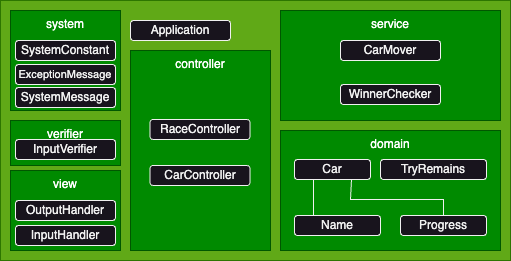
This is docs/images/다이어그램.png from woowacourse-precourse/java-racingcar-6, a draw.io export, as it was before one commit. Source tidied: cells renumbered, new cells last; positions are measured from the earlier drawing's top-left corner, leaving out a move shared by most shapes.
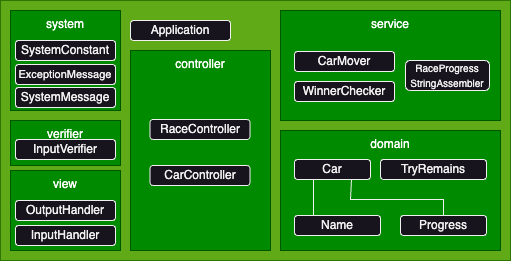
The same diagram one commit later.

Diff of the diagram source:
```diff
@@ -63,7 +63,7 @@
       <mxGeometry x="149.5" y="119" width="100" height="20" as="geometry" />
     </mxCell>
     <mxCell id="20" value="CarMover" style="rounded=1;whiteSpace=wrap;html=1;" parent="1" vertex="1">
-      <mxGeometry x="340" y="40" width="100" height="20" as="geometry" />
+      <mxGeometry x="294" y="51" width="100" height="20" as="geometry" />
     </mxCell>
     <mxCell id="21" value="Application" style="rounded=1;whiteSpace=wrap;html=1;" parent="1" vertex="1">
       <mxGeometry x="130" y="20" width="100" height="20" as="geometry" />
@@ -72,7 +72,7 @@
       <mxGeometry x="149.5" y="165" width="100" height="20" as="geometry" />
     </mxCell>
     <mxCell id="23" value="WinnerChecker" style="rounded=1;whiteSpace=wrap;html=1;" parent="1" vertex="1">
-      <mxGeometry x="340" y="84" width="100" height="20" as="geometry" />
+      <mxGeometry x="294" y="81" width="100" height="20" as="geometry" />
     </mxCell>
     <mxCell id="24" value="&lt;font style=&quot;font-size: 12px;&quot;&gt;SystemMessage&lt;/font&gt;" style="rounded=1;whiteSpace=wrap;html=1;" parent="1" vertex="1">
       <mxGeometry x="15" y="87" width="100" height="20" as="geometry" />
@@ -80,5 +80,8 @@
     <mxCell id="25" value="TryRemains" style="rounded=1;whiteSpace=wrap;html=1;" parent="1" vertex="1">
       <mxGeometry x="380" y="159" width="106" height="20" as="geometry" />
     </mxCell>
+    <mxCell id="26" value="&lt;font style=&quot;font-size: 10px;&quot;&gt;RaceProgress&lt;br&gt;StringAssembler&lt;/font&gt;" style="rounded=1;whiteSpace=wrap;html=1;" parent="1" vertex="1">
+      <mxGeometry x="405" y="60" width="84" height="30" as="geometry" />
+    </mxCell>
   </root>
 </mxGraphModel>
```
